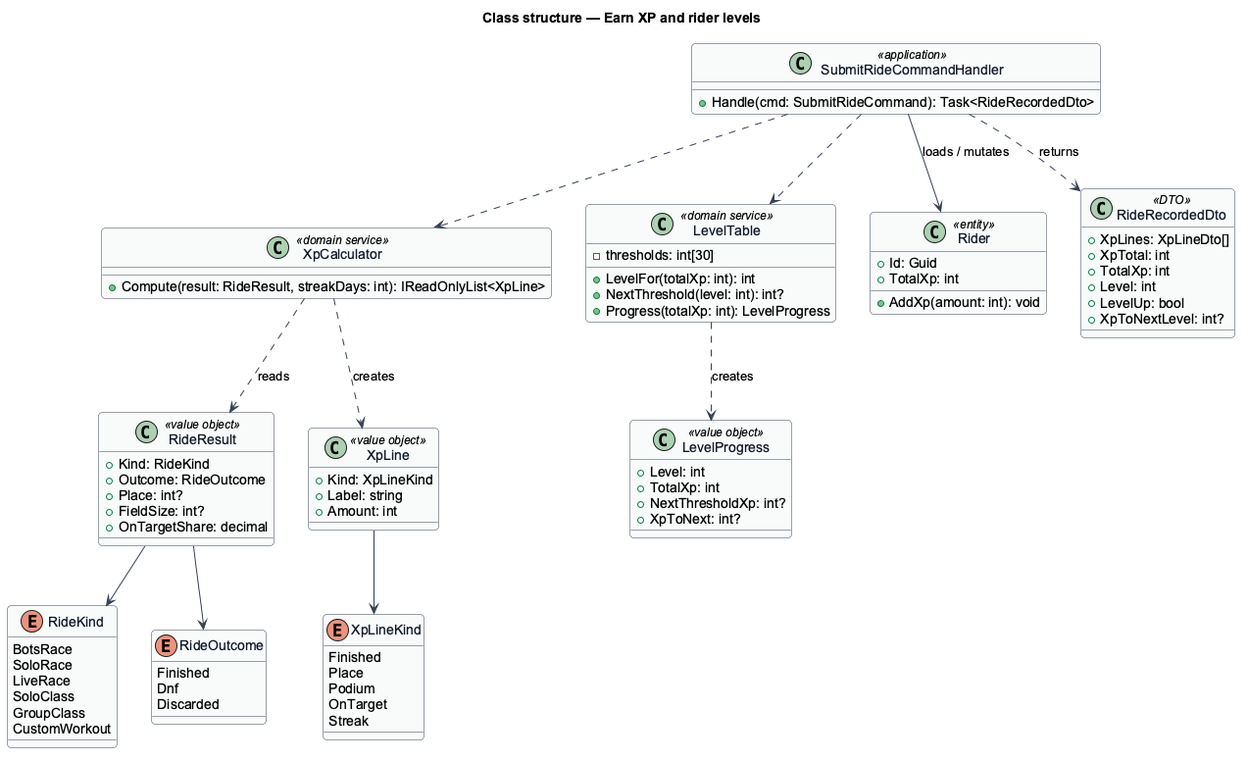
Earlier version of the PlantUML export docs/detailed-designs/progression/earn-xp-and-rider-levels/diagrams/class-structure.png (QuinntyneBrown/ride-one).
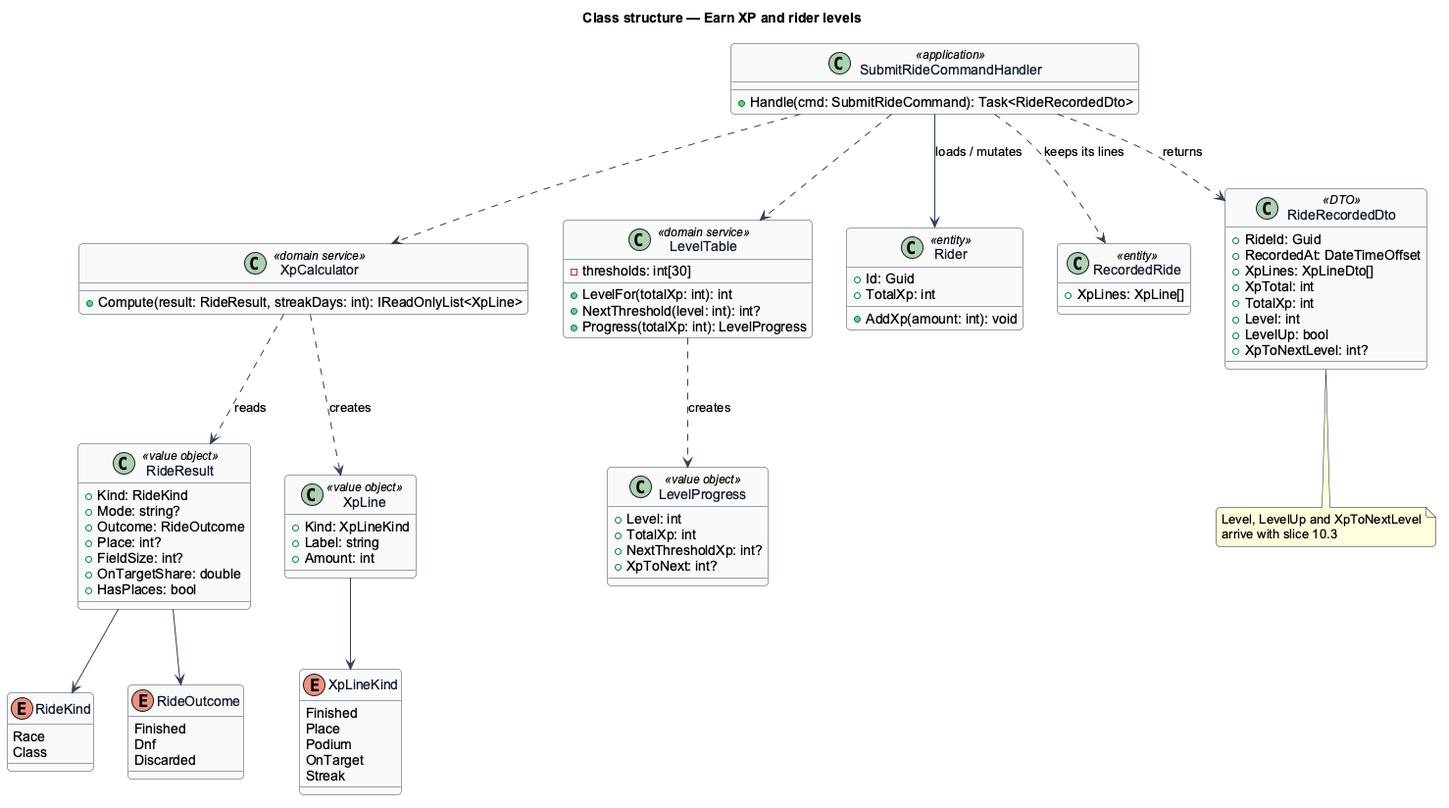
The same file after the commit.

Commit message:
Align the XP design with the ride model slice 10.1 built

The edit, as a diff of the source:
```diff
@@ -11,12 +11,8 @@
 }
 title Class structure — Earn XP and rider levels
 enum RideKind {
-  BotsRace
-  SoloRace
-  LiveRace
-  SoloClass
-  GroupClass
-  CustomWorkout
+  Race
+  Class
 }
 enum RideOutcome {
   Finished
@@ -25,10 +21,12 @@
 }
 class RideResult <<value object>> {
   +Kind: RideKind
+  +Mode: string?
   +Outcome: RideOutcome
   +Place: int?
   +FieldSize: int?
-  +OnTargetShare: decimal
+  +OnTargetShare: double
+  +HasPlaces: bool
 }
 enum XpLineKind {
   Finished
@@ -65,7 +63,12 @@
 class SubmitRideCommandHandler <<application>> {
   +Handle(cmd: SubmitRideCommand): Task<RideRecordedDto>
 }
+class RecordedRide <<entity>> {
+  +XpLines: XpLine[]
+}
 class RideRecordedDto <<DTO>> {
+  +RideId: Guid
+  +RecordedAt: DateTimeOffset
   +XpLines: XpLineDto[]
   +XpTotal: int
   +TotalXp: int
@@ -83,4 +86,6 @@
 SubmitRideCommandHandler ..> LevelTable
 SubmitRideCommandHandler --> Rider : loads / mutates
 SubmitRideCommandHandler ..> RideRecordedDto : returns
+SubmitRideCommandHandler ..> RecordedRide : keeps its lines
+note bottom of RideRecordedDto : Level, LevelUp and XpToNextLevel\narrive with slice 10.3
 @enduml
```
